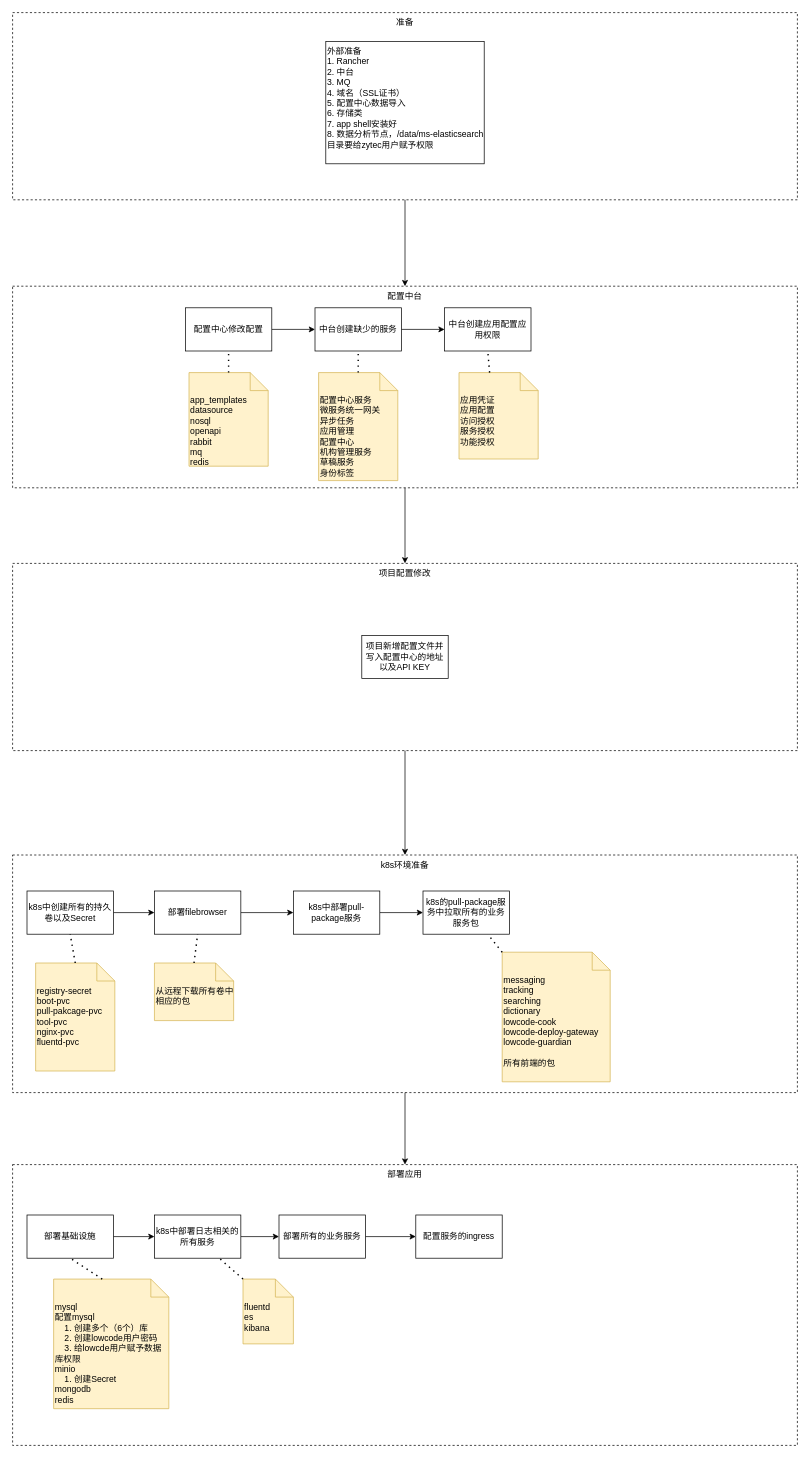
Earlier version of the draw.io diagram 部署流程.drawio (ProgrammerLZ/drawio). Source tidied: cells renumbered, new cells numbered last; positions are measured from the earlier drawing's top-left corner, leaving out a move shared by most shapes. Both pictures are drawn from the tidied source at 72%, with x=0, y=0 at pixel (12, 12).
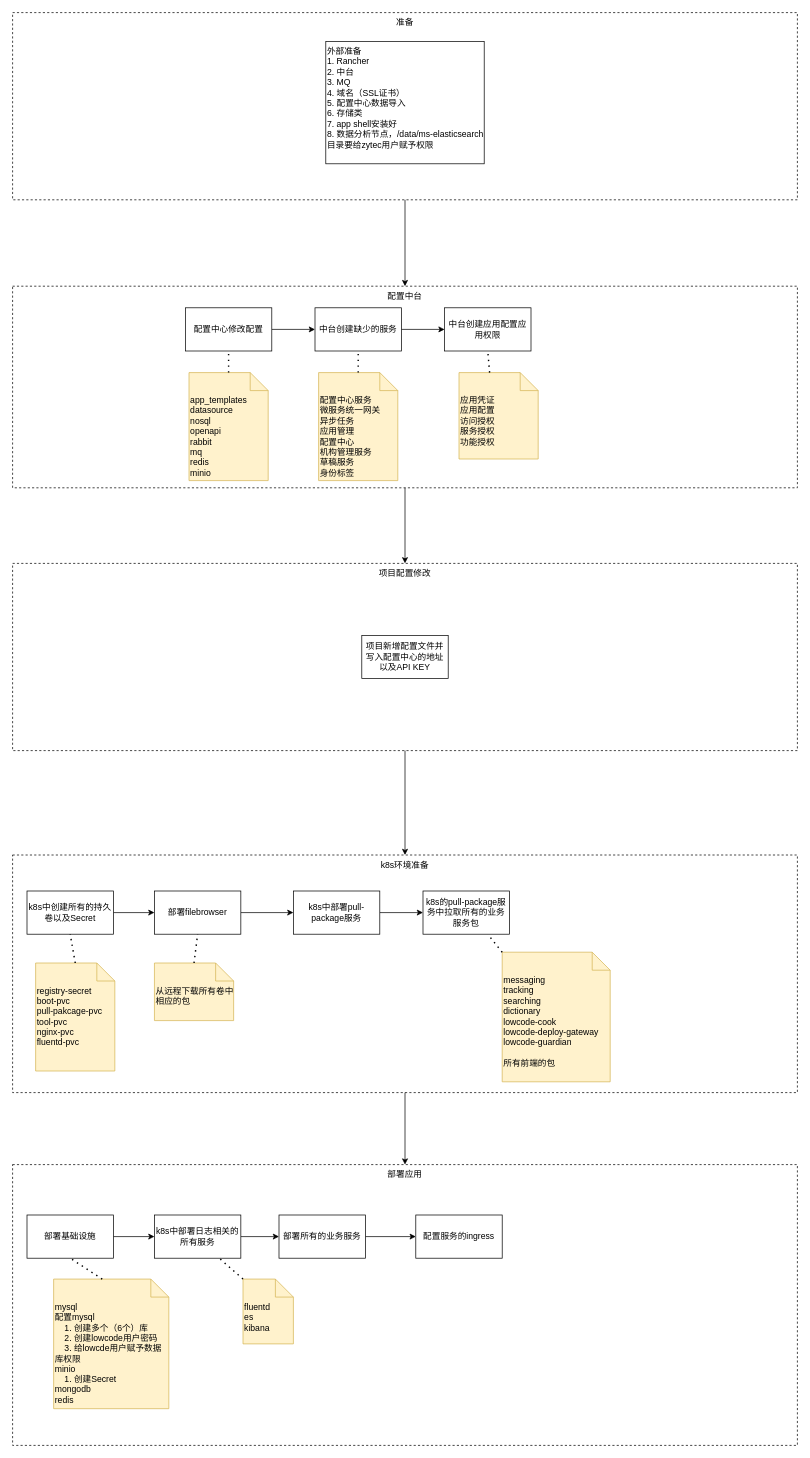
The same diagram, later.

Commit message:
更新部署流程.drawio

The edit, as a diff of the source:
```diff
@@
-    <mxCell id="38" value="app_templates&lt;div&gt;datasource&lt;br&gt;&lt;div&gt;nosql&lt;/div&gt;&lt;div&gt;openapi&lt;/div&gt;&lt;div&gt;rabbit&lt;/div&gt;&lt;div&gt;mq&lt;/div&gt;&lt;div&gt;redis&lt;/div&gt;&lt;/div&gt;" style="shape=note2;boundedLbl=1;whiteSpace=wrap;html=1;size=25;verticalAlign=top;align=left;fillColor=#fff2cc;strokeColor=#d6b656;" parent="1" vertex="1">
-      <mxGeometry x="245" y="500" width="110" height="130" as="geometry" />
+    <mxCell id="38" value="app_templates&lt;div&gt;datasource&lt;br&gt;&lt;div&gt;nosql&lt;/div&gt;&lt;div&gt;openapi&lt;/div&gt;&lt;div&gt;rabbit&lt;/div&gt;&lt;div&gt;mq&lt;/div&gt;&lt;div&gt;redis&lt;/div&gt;&lt;/div&gt;&lt;div&gt;minio&lt;/div&gt;" style="shape=note2;boundedLbl=1;whiteSpace=wrap;html=1;size=25;verticalAlign=top;align=left;fillColor=#fff2cc;strokeColor=#d6b656;" parent="1" vertex="1">
+      <mxGeometry x="245" y="500" width="110" height="150" as="geometry" />
     </mxCell>
```
